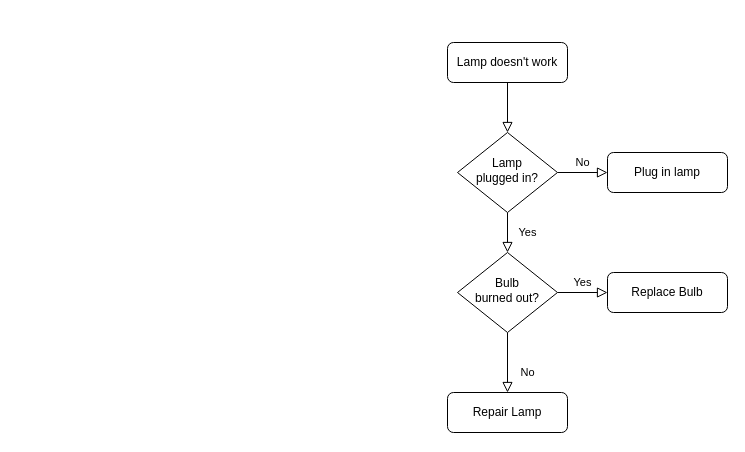
The draw.io diagram AgromakersDataSemanal.drawio in stdupas/agromakersPorVoz, before the edit. Source tidied: cells renumbered, new cells numbered last; positions are measured from the earlier drawing's top-left corner, leaving out a move shared by most shapes. Both pictures are drawn from the tidied source at 100%, with x=0, y=0 at pixel (447, 42).
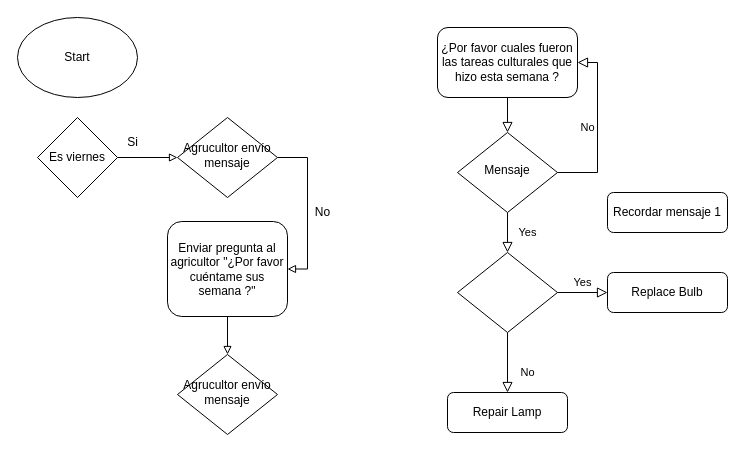
The same diagram, later.

What changed in the source:
```diff
@@
-    <mxCell id="3" value="Lamp doesn't work" style="rounded=1;whiteSpace=wrap;html=1;fontSize=12;glass=0;strokeWidth=1;shadow=0;" parent="1" vertex="1">
-      <mxGeometry width="120" height="40" as="geometry" />
+    <mxCell id="3" value="¿Por favor cuales fueron las tareas culturales que hizo esta semana ?" style="rounded=1;whiteSpace=wrap;html=1;fontSize=12;glass=0;strokeWidth=1;shadow=0;" parent="1" vertex="1">
+      <mxGeometry x="-10" y="-15" width="140" height="70" as="geometry" />
     </mxCell>
@@
-    <mxCell id="5" value="No" style="edgeStyle=orthogonalEdgeStyle;rounded=0;html=1;jettySize=auto;fontSize=11;endArrow=block;endFill=0;endSize=8;strokeWidth=1;shadow=0;labelBackgroundColor=none;" parent="1" edge="1" source="6" target="7">
-      <mxGeometry y="10" relative="1" as="geometry" />
+    <mxCell id="5" value="No" style="edgeStyle=orthogonalEdgeStyle;rounded=0;html=1;jettySize=auto;fontSize=11;endArrow=block;endFill=0;endSize=8;strokeWidth=1;shadow=0;labelBackgroundColor=none;entryX=1;entryY=0.5;entryDx=0;entryDy=0;" parent="1" edge="1" source="6" target="3">
+      <mxGeometry y="10" relative="1" as="geometry">
+        <Array as="points">
+          <mxPoint x="150" y="130" />
+          <mxPoint x="150" y="20" />
+        </Array>
+      </mxGeometry>
     </mxCell>
-    <mxCell id="6" value="Lamp&lt;br&gt;plugged in?" style="rhombus;whiteSpace=wrap;html=1;shadow=0;fontFamily=Helvetica;fontSize=12;align=center;strokeWidth=1;spacing=6;spacingTop=-4;" parent="1" vertex="1">
+    <mxCell id="6" value="Mensaje" style="rhombus;whiteSpace=wrap;html=1;shadow=0;fontFamily=Helvetica;fontSize=12;align=center;strokeWidth=1;spacing=6;spacingTop=-4;" parent="1" vertex="1">
       <mxGeometry x="10" y="90" width="100" height="80" as="geometry" />
     </mxCell>
-    <mxCell id="7" value="Plug in lamp" style="rounded=1;whiteSpace=wrap;html=1;fontSize=12;glass=0;strokeWidth=1;shadow=0;" parent="1" vertex="1">
-      <mxGeometry x="160" y="110" width="120" height="40" as="geometry" />
-    </mxCell>
@@
-    <mxCell id="10" value="Bulb&lt;br&gt;burned out?" style="rhombus;whiteSpace=wrap;html=1;shadow=0;fontFamily=Helvetica;fontSize=12;align=center;strokeWidth=1;spacing=6;spacingTop=-4;" parent="1" vertex="1">
+    <mxCell id="10" style="rhombus;whiteSpace=wrap;html=1;shadow=0;fontFamily=Helvetica;fontSize=12;align=center;strokeWidth=1;spacing=6;spacingTop=-4;" parent="1" vertex="1">
       <mxGeometry x="10" y="210" width="100" height="80" as="geometry" />
     </mxCell>
@@
+    <mxCell id="13" value="Recordar mensaje 1" style="rounded=1;whiteSpace=wrap;html=1;fontSize=12;glass=0;strokeWidth=1;shadow=0;" parent="1" vertex="1">
+      <mxGeometry x="160" y="150" width="120" height="40" as="geometry" />
+    </mxCell>
+    <mxCell id="14" value="Start" style="ellipse;whiteSpace=wrap;html=1;" parent="1" vertex="1">
+      <mxGeometry x="-430" y="-25" width="120" height="80" as="geometry" />
+    </mxCell>
+    <mxCell id="15" style="edgeStyle=orthogonalEdgeStyle;rounded=0;jettySize=auto;html=1;exitX=0.5;exitY=1;exitDx=0;exitDy=0;entryX=0.5;entryY=0;entryDx=0;entryDy=0;endArrow=block;endFill=0;" parent="1" edge="1" source="16" target="23">
+      <mxGeometry relative="1" as="geometry" />
+    </mxCell>
+    <mxCell id="16" value="Enviar pregunta al agricultor &quot;¿Por favor cuéntame sus semana ?&quot;" style="rounded=1;whiteSpace=wrap;html=1;" parent="1" vertex="1">
+      <mxGeometry x="-280" y="179" width="120" height="95" as="geometry" />
+    </mxCell>
+    <mxCell id="17" style="edgeStyle=orthogonalEdgeStyle;rounded=0;jettySize=auto;html=1;exitX=1;exitY=0.5;exitDx=0;exitDy=0;entryX=1;entryY=0.5;entryDx=0;entryDy=0;endArrow=block;endFill=0;" parent="1" edge="1" source="18" target="16">
+      <mxGeometry relative="1" as="geometry" />
+    </mxCell>
+    <mxCell id="18" value="Agrucultor envío mensaje" style="rhombus;whiteSpace=wrap;html=1;shadow=0;fontFamily=Helvetica;fontSize=12;align=center;strokeWidth=1;spacing=6;spacingTop=-4;" parent="1" vertex="1">
+      <mxGeometry x="-270" y="75" width="100" height="80" as="geometry" />
+    </mxCell>
+    <mxCell id="19" style="edgeStyle=orthogonalEdgeStyle;rounded=0;jettySize=auto;html=1;exitX=1;exitY=0.5;exitDx=0;exitDy=0;endArrow=block;endFill=0;" parent="1" edge="1" source="20" target="18">
+      <mxGeometry relative="1" as="geometry" />
+    </mxCell>
+    <mxCell id="20" value="Es viernes" style="rhombus;whiteSpace=wrap;html=1;" parent="1" vertex="1">
+      <mxGeometry x="-410" y="75" width="80" height="80" as="geometry" />
+    </mxCell>
+    <mxCell id="21" value="Si" style="text;html=1;align=center;verticalAlign=middle;" parent="1" vertex="1">
+      <mxGeometry x="-330" y="90" width="30" height="20" as="geometry" />
+    </mxCell>
+    <mxCell id="22" value="No" style="text;html=1;align=center;verticalAlign=middle;" parent="1" vertex="1">
+      <mxGeometry x="-140" y="160" width="30" height="20" as="geometry" />
+    </mxCell>
+    <mxCell id="23" value="Agrucultor envío mensaje" style="rhombus;whiteSpace=wrap;html=1;shadow=0;fontFamily=Helvetica;fontSize=12;align=center;strokeWidth=1;spacing=6;spacingTop=-4;" parent="1" vertex="1">
+      <mxGeometry x="-270" y="312" width="100" height="80" as="geometry" />
+    </mxCell>
```
